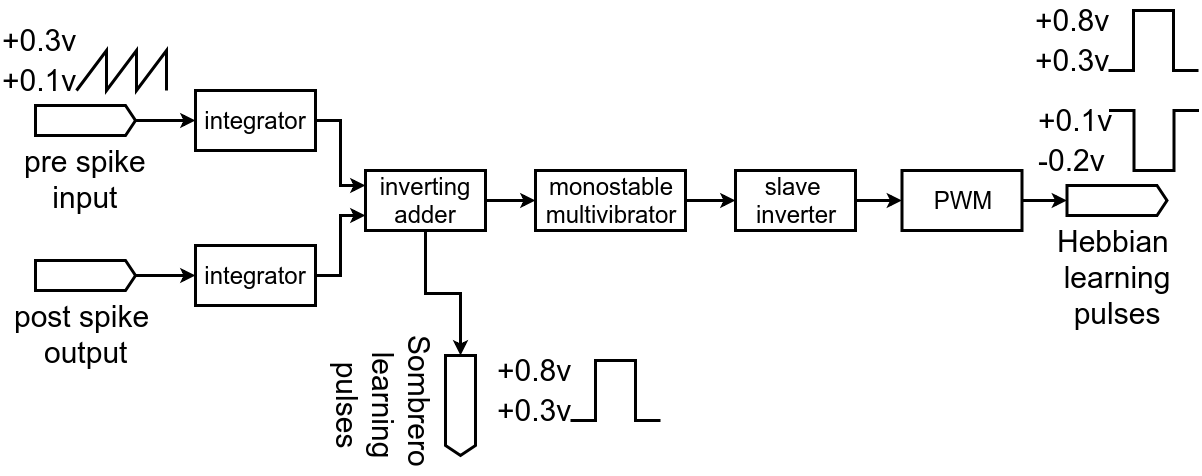
Before: doc/mn-learning_feedback.png, a diagram exported from draw.io (research-team/memristive-brain). Source tidied: cells renumbered, new cells last; positions are measured from the earlier drawing's top-left corner, leaving out a move shared by most shapes. Source of this version:
```xml
<mxGraphModel>
  <root>
    <mxCell id="0" />
    <mxCell id="1" parent="0" />
    <mxCell id="2" style="group;" parent="1" vertex="1">
      <mxGeometry y="20" width="170" height="80" as="geometry" />
    </mxCell>
    <mxCell id="3" style="verticalLabelPosition=bottom;shadow=0;dashed=0;align=center;fillColor=#ffffff;html=1;verticalAlign=top;strokeWidth=3;shape=mxgraph.electrical.waveforms.sawtooth;fontSize=25;" parent="2" vertex="1">
      <mxGeometry x="76" y="30" width="90" height="40" as="geometry" />
    </mxCell>
    <mxCell id="4" value="+0.1v" style="text;html=1;align=left;verticalAlign=top;spacingTop=-4;fontSize=30;" parent="2" vertex="1">
      <mxGeometry y="40" width="90" height="40" as="geometry" />
    </mxCell>
    <mxCell id="5" value="+0.3v" style="text;html=1;align=left;verticalAlign=top;spacingTop=-4;fontSize=30;" parent="2" vertex="1">
      <mxGeometry width="90" height="40" as="geometry" />
    </mxCell>
    <mxCell id="6" style="edgeStyle=orthogonalEdgeStyle;rounded=0;jettySize=auto;html=1;entryX=0;entryY=0.5;entryDx=0;entryDy=0;strokeWidth=3;fontSize=30;" parent="1" edge="1" source="7" target="11">
      <mxGeometry relative="1" as="geometry" />
    </mxCell>
    <mxCell id="7" value="pre spike&lt;br&gt;input&lt;br&gt;" style="shape=mxgraph.arrows2.arrow;verticalLabelPosition=bottom;shadow=0;dashed=0;align=center;fillColor=#ffffff;html=1;verticalAlign=top;strokeWidth=3;dy=0;dx=10;notch=0;fontSize=30;" parent="1" vertex="1">
      <mxGeometry x="35" y="105" width="100" height="30" as="geometry" />
    </mxCell>
    <mxCell id="8" style="edgeStyle=orthogonalEdgeStyle;rounded=0;jettySize=auto;html=1;strokeWidth=3;fontSize=30;entryX=0;entryY=0.5;entryDx=0;entryDy=0;" parent="1" edge="1" source="9" target="13">
      <mxGeometry relative="1" as="geometry" />
    </mxCell>
    <mxCell id="9" value="post spike &lt;br&gt;output&lt;br&gt;" style="shape=mxgraph.arrows2.arrow;verticalLabelPosition=bottom;shadow=0;dashed=0;align=center;fillColor=#ffffff;html=1;verticalAlign=top;strokeWidth=3;dy=0;dx=10;notch=0;fontSize=30;" parent="1" vertex="1">
      <mxGeometry x="35" y="260" width="100" height="30" as="geometry" />
    </mxCell>
    <mxCell id="10" style="edgeStyle=orthogonalEdgeStyle;rounded=0;jettySize=auto;html=1;entryX=0;entryY=0.25;entryDx=0;entryDy=0;strokeWidth=3;fontSize=30;" parent="1" edge="1" source="11" target="16">
      <mxGeometry relative="1" as="geometry" />
    </mxCell>
    <mxCell id="11" value="integrator&lt;br&gt;" style="rounded=0;whiteSpace=wrap;html=1;fontSize=24;strokeWidth=3;" parent="1" vertex="1">
      <mxGeometry x="195" y="90" width="120" height="60" as="geometry" />
    </mxCell>
    <mxCell id="12" style="edgeStyle=orthogonalEdgeStyle;rounded=0;jettySize=auto;html=1;entryX=0;entryY=0.75;entryDx=0;entryDy=0;strokeWidth=3;fontSize=30;" parent="1" edge="1" source="13" target="16">
      <mxGeometry relative="1" as="geometry" />
    </mxCell>
    <mxCell id="13" value="integrator&lt;br&gt;" style="rounded=0;whiteSpace=wrap;html=1;fontSize=24;strokeWidth=3;" parent="1" vertex="1">
      <mxGeometry x="195" y="245" width="120" height="60" as="geometry" />
    </mxCell>
    <mxCell id="14" style="edgeStyle=orthogonalEdgeStyle;rounded=0;jettySize=auto;html=1;entryX=0;entryY=0.5;entryDx=0;entryDy=0;entryPerimeter=0;strokeWidth=3;fontSize=30;" parent="1" edge="1" source="16" target="17">
      <mxGeometry relative="1" as="geometry" />
    </mxCell>
    <mxCell id="15" style="edgeStyle=orthogonalEdgeStyle;rounded=0;jettySize=auto;html=1;entryX=0;entryY=0.5;entryDx=0;entryDy=0;strokeWidth=3;fontSize=30;" parent="1" edge="1" source="16" target="27">
      <mxGeometry relative="1" as="geometry" />
    </mxCell>
    <mxCell id="16" value="inverting adder" style="rounded=0;whiteSpace=wrap;html=1;fontSize=24;strokeWidth=3;" parent="1" vertex="1">
      <mxGeometry x="365" y="170" width="120" height="60" as="geometry" />
    </mxCell>
    <mxCell id="17" value="Sombrero&amp;nbsp;&lt;br&gt;learning&lt;br&gt;pulses&lt;br&gt;" style="shape=mxgraph.arrows2.arrow;verticalLabelPosition=bottom;shadow=0;dashed=0;align=center;fillColor=#ffffff;html=1;verticalAlign=top;strokeWidth=3;dy=0;dx=10;notch=0;fontSize=30;rotation=90;" parent="1" vertex="1">
      <mxGeometry x="410" y="390" width="100" height="30" as="geometry" />
    </mxCell>
    <mxCell id="18" style="group;" parent="1" vertex="1">
      <mxGeometry x="1033" width="165" height="80" as="geometry" />
    </mxCell>
    <mxCell id="19" style="verticalLabelPosition=bottom;shadow=0;dashed=0;align=center;fillColor=#ffffff;html=1;verticalAlign=top;strokeWidth=3;shape=mxgraph.electrical.waveforms.pulse_1;fontSize=25;" parent="18" vertex="1">
      <mxGeometry x="75" y="10" width="90" height="60" as="geometry" />
    </mxCell>
    <mxCell id="20" value="+0.3v" style="text;html=1;align=left;verticalAlign=top;spacingTop=-4;fontSize=30;" parent="18" vertex="1">
      <mxGeometry y="40" width="90" height="40" as="geometry" />
    </mxCell>
    <mxCell id="21" value="+0.8v" style="text;html=1;align=left;verticalAlign=top;spacingTop=-4;fontSize=30;" parent="18" vertex="1">
      <mxGeometry width="90" height="40" as="geometry" />
    </mxCell>
    <mxCell id="22" style="group;" parent="1" vertex="1">
      <mxGeometry x="1035.5" y="100" width="165" height="80" as="geometry" />
    </mxCell>
    <mxCell id="23" value="-0.2v" style="text;html=1;align=left;verticalAlign=top;spacingTop=-4;fontSize=30;" parent="22" vertex="1">
      <mxGeometry y="40" width="80" height="40" as="geometry" />
    </mxCell>
    <mxCell id="24" value="+0.1v" style="text;html=1;align=left;verticalAlign=top;spacingTop=-4;fontSize=30;" parent="22" vertex="1">
      <mxGeometry width="90" height="40" as="geometry" />
    </mxCell>
    <mxCell id="25" style="verticalLabelPosition=bottom;shadow=0;dashed=0;align=center;fillColor=#ffffff;html=1;verticalAlign=top;strokeWidth=3;shape=mxgraph.electrical.waveforms.pulse_2;fontSize=30;" parent="22" vertex="1">
      <mxGeometry x="73" y="10" width="90" height="60" as="geometry" />
    </mxCell>
    <mxCell id="26" style="edgeStyle=orthogonalEdgeStyle;rounded=0;jettySize=auto;html=1;strokeWidth=3;fontSize=30;" parent="1" edge="1" source="27" target="30">
      <mxGeometry relative="1" as="geometry" />
    </mxCell>
    <mxCell id="27" value="monostable&lt;br&gt;multivibrator&lt;br&gt;" style="rounded=0;whiteSpace=wrap;html=1;fontSize=24;strokeWidth=3;" parent="1" vertex="1">
      <mxGeometry x="535" y="170" width="150" height="60" as="geometry" />
    </mxCell>
    <mxCell id="28" style="edgeStyle=orthogonalEdgeStyle;rounded=0;jettySize=auto;html=1;strokeWidth=3;fontSize=30;exitX=1;exitY=0.5;exitDx=0;exitDy=0;" parent="1" edge="1" source="36" target="31">
      <mxGeometry relative="1" as="geometry" />
    </mxCell>
    <mxCell id="29" style="edgeStyle=orthogonalEdgeStyle;rounded=0;jettySize=auto;html=1;strokeWidth=3;" parent="1" edge="1" source="30" target="36">
      <mxGeometry relative="1" as="geometry" />
    </mxCell>
    <mxCell id="30" value="slave &lt;br&gt;inverter" style="rounded=0;whiteSpace=wrap;html=1;fontSize=24;strokeWidth=3;" parent="1" vertex="1">
      <mxGeometry x="735" y="170" width="120" height="60" as="geometry" />
    </mxCell>
    <mxCell id="31" value="Hebbian&amp;nbsp;&lt;br&gt;learning&lt;br&gt;pulses&lt;br&gt;" style="shape=mxgraph.arrows2.arrow;verticalLabelPosition=bottom;shadow=0;dashed=0;align=center;fillColor=#ffffff;html=1;verticalAlign=top;strokeWidth=3;dy=0;dx=10;notch=0;fontSize=30;rotation=0;" parent="1" vertex="1">
      <mxGeometry x="1066.5" y="185" width="100" height="30" as="geometry" />
    </mxCell>
    <mxCell id="32" style="group;" parent="1" vertex="1">
      <mxGeometry x="495" y="350" width="165" height="80" as="geometry" />
    </mxCell>
    <mxCell id="33" style="verticalLabelPosition=bottom;shadow=0;dashed=0;align=center;fillColor=#ffffff;html=1;verticalAlign=top;strokeWidth=3;shape=mxgraph.electrical.waveforms.pulse_1;fontSize=25;" parent="32" vertex="1">
      <mxGeometry x="75" y="10" width="90" height="60" as="geometry" />
    </mxCell>
    <mxCell id="34" value="+0.3v" style="text;html=1;align=left;verticalAlign=top;spacingTop=-4;fontSize=30;" parent="32" vertex="1">
      <mxGeometry y="40" width="90" height="40" as="geometry" />
    </mxCell>
    <mxCell id="35" value="+0.8v" style="text;html=1;align=left;verticalAlign=top;spacingTop=-4;fontSize=30;" parent="32" vertex="1">
      <mxGeometry width="90" height="40" as="geometry" />
    </mxCell>
    <mxCell id="36" value="PWM" style="rounded=0;whiteSpace=wrap;html=1;fontSize=24;strokeWidth=3;" parent="1" vertex="1">
      <mxGeometry x="901.5" y="170" width="120" height="60" as="geometry" />
    </mxCell>
  </root>
</mxGraphModel>
```
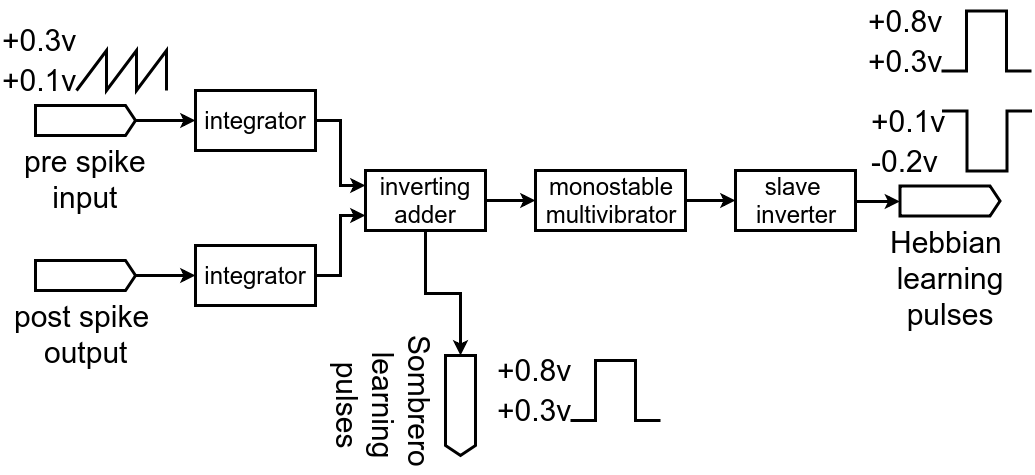
The same diagram one commit later.

Commit message:
MN: redraw learning feedback

Change to the diagram source:
```diff
@@ -51,7 +51,7 @@
       <mxGeometry x="410" y="390" width="100" height="30" as="geometry" />
     </mxCell>
     <mxCell id="18" style="group;" parent="1" vertex="1">
-      <mxGeometry x="1033" width="165" height="80" as="geometry" />
+      <mxGeometry x="866" y="0.5" width="165" height="80" as="geometry" />
     </mxCell>
     <mxCell id="19" style="verticalLabelPosition=bottom;shadow=0;dashed=0;align=center;fillColor=#ffffff;html=1;verticalAlign=top;strokeWidth=3;shape=mxgraph.electrical.waveforms.pulse_1;fontSize=25;" parent="18" vertex="1">
       <mxGeometry x="75" y="10" width="90" height="60" as="geometry" />
@@ -63,7 +63,7 @@
       <mxGeometry width="90" height="40" as="geometry" />
     </mxCell>
     <mxCell id="22" style="group;" parent="1" vertex="1">
-      <mxGeometry x="1035.5" y="100" width="165" height="80" as="geometry" />
+      <mxGeometry x="868.5" y="100.5" width="165" height="80" as="geometry" />
     </mxCell>
     <mxCell id="23" value="-0.2v" style="text;html=1;align=left;verticalAlign=top;spacingTop=-4;fontSize=30;" parent="22" vertex="1">
       <mxGeometry y="40" width="80" height="40" as="geometry" />
@@ -80,17 +80,16 @@
     <mxCell id="27" value="monostable&lt;br&gt;multivibrator&lt;br&gt;" style="rounded=0;whiteSpace=wrap;html=1;fontSize=24;strokeWidth=3;" parent="1" vertex="1">
       <mxGeometry x="535" y="170" width="150" height="60" as="geometry" />
     </mxCell>
-    <mxCell id="28" style="edgeStyle=orthogonalEdgeStyle;rounded=0;jettySize=auto;html=1;strokeWidth=3;fontSize=30;exitX=1;exitY=0.5;exitDx=0;exitDy=0;" parent="1" edge="1" source="36" target="31">
-      <mxGeometry relative="1" as="geometry" />
+    <mxCell id="28" style="edgeStyle=orthogonalEdgeStyle;rounded=0;jettySize=auto;html=1;strokeWidth=3;fontSize=30;" parent="1" edge="1" target="31">
+      <mxGeometry relative="1" as="geometry">
+        <mxPoint x="855" y="201" as="sourcePoint" />
+      </mxGeometry>
     </mxCell>
-    <mxCell id="29" style="edgeStyle=orthogonalEdgeStyle;rounded=0;jettySize=auto;html=1;strokeWidth=3;" parent="1" edge="1" source="30" target="36">
-      <mxGeometry relative="1" as="geometry" />
-    </mxCell>
     <mxCell id="30" value="slave &lt;br&gt;inverter" style="rounded=0;whiteSpace=wrap;html=1;fontSize=24;strokeWidth=3;" parent="1" vertex="1">
       <mxGeometry x="735" y="170" width="120" height="60" as="geometry" />
     </mxCell>
     <mxCell id="31" value="Hebbian&amp;nbsp;&lt;br&gt;learning&lt;br&gt;pulses&lt;br&gt;" style="shape=mxgraph.arrows2.arrow;verticalLabelPosition=bottom;shadow=0;dashed=0;align=center;fillColor=#ffffff;html=1;verticalAlign=top;strokeWidth=3;dy=0;dx=10;notch=0;fontSize=30;rotation=0;" parent="1" vertex="1">
-      <mxGeometry x="1066.5" y="185" width="100" height="30" as="geometry" />
+      <mxGeometry x="899.5" y="185.5" width="100" height="30" as="geometry" />
     </mxCell>
     <mxCell id="32" style="group;" parent="1" vertex="1">
       <mxGeometry x="495" y="350" width="165" height="80" as="geometry" />
@@ -104,8 +103,5 @@
     <mxCell id="35" value="+0.8v" style="text;html=1;align=left;verticalAlign=top;spacingTop=-4;fontSize=30;" parent="32" vertex="1">
       <mxGeometry width="90" height="40" as="geometry" />
     </mxCell>
-    <mxCell id="36" value="PWM" style="rounded=0;whiteSpace=wrap;html=1;fontSize=24;strokeWidth=3;" parent="1" vertex="1">
-      <mxGeometry x="901.5" y="170" width="120" height="60" as="geometry" />
-    </mxCell>
   </root>
 </mxGraphModel>
```
